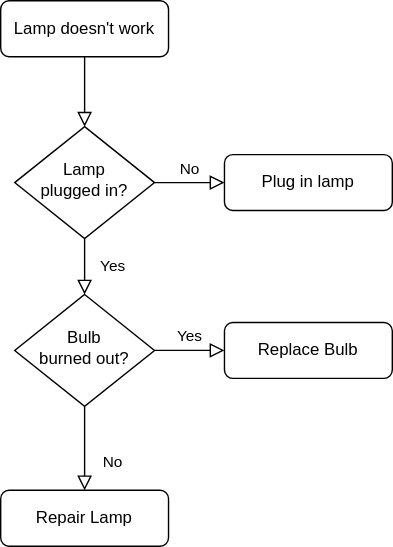
Before: Untitled Diagram.drawio.svg, a diagram exported from draw.io (Beattle/app). Source tidied: cells renumbered, new cells last; positions are measured from the earlier drawing's top-left corner, leaving out a move shared by most shapes.
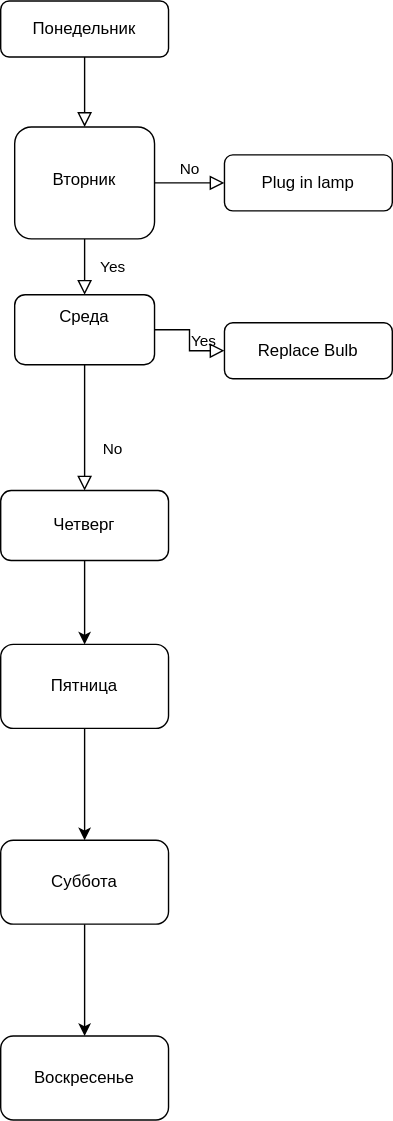
The same diagram one commit later.

Diff of the diagram source:
```diff
@@ -5,7 +5,7 @@
     <mxCell id="2" style="rounded=0;html=1;jettySize=auto;fontSize=11;endArrow=block;endFill=0;endSize=8;strokeWidth=1;shadow=0;labelBackgroundColor=none;edgeStyle=orthogonalEdgeStyle;" parent="1" edge="1" source="3" target="6">
       <mxGeometry relative="1" as="geometry" />
     </mxCell>
-    <mxCell id="3" value="Lamp doesn't work" style="rounded=1;whiteSpace=wrap;html=1;fontSize=12;glass=0;strokeWidth=1;shadow=0;" parent="1" vertex="1">
+    <mxCell id="3" value="Понедельник" style="rounded=1;whiteSpace=wrap;html=1;fontSize=12;glass=0;strokeWidth=1;shadow=0;" parent="1" vertex="1">
       <mxGeometry width="120" height="40" as="geometry" />
     </mxCell>
     <mxCell id="4" value="Yes" style="rounded=0;html=1;jettySize=auto;fontSize=11;endArrow=block;endFill=0;endSize=8;strokeWidth=1;shadow=0;labelBackgroundColor=none;edgeStyle=orthogonalEdgeStyle;" parent="1" edge="1" source="6" target="10">
@@ -14,7 +14,7 @@
     <mxCell id="5" value="No" style="edgeStyle=orthogonalEdgeStyle;rounded=0;html=1;jettySize=auto;fontSize=11;endArrow=block;endFill=0;endSize=8;strokeWidth=1;shadow=0;labelBackgroundColor=none;" parent="1" edge="1" source="6" target="7">
       <mxGeometry y="10" relative="1" as="geometry" />
     </mxCell>
-    <mxCell id="6" value="Lamp&lt;br&gt;plugged in?" style="rhombus;whiteSpace=wrap;html=1;shadow=0;fontFamily=Helvetica;fontSize=12;align=center;strokeWidth=1;spacing=6;spacingTop=-4;" parent="1" vertex="1">
+    <mxCell id="6" value="Вторник" style="rounded=1;whiteSpace=wrap;html=1;shadow=0;fontFamily=Helvetica;fontSize=12;align=center;strokeWidth=1;spacing=6;spacingTop=-4;" parent="1" vertex="1">
       <mxGeometry x="10" y="90" width="100" height="80" as="geometry" />
     </mxCell>
     <mxCell id="7" value="Plug in lamp" style="rounded=1;whiteSpace=wrap;html=1;fontSize=12;glass=0;strokeWidth=1;shadow=0;" parent="1" vertex="1">
@@ -26,14 +26,32 @@
     <mxCell id="9" value="Yes" style="edgeStyle=orthogonalEdgeStyle;rounded=0;html=1;jettySize=auto;fontSize=11;endArrow=block;endFill=0;endSize=8;strokeWidth=1;shadow=0;labelBackgroundColor=none;" parent="1" edge="1" source="10" target="12">
       <mxGeometry y="10" relative="1" as="geometry" />
     </mxCell>
-    <mxCell id="10" value="Bulb&lt;br&gt;burned out?" style="rhombus;whiteSpace=wrap;html=1;shadow=0;fontFamily=Helvetica;fontSize=12;align=center;strokeWidth=1;spacing=6;spacingTop=-4;" parent="1" vertex="1">
-      <mxGeometry x="10" y="210" width="100" height="80" as="geometry" />
+    <mxCell id="10" value="&lt;div&gt;Среда&lt;/div&gt;&lt;div&gt;&lt;br&gt;&lt;/div&gt;" style="rounded=1;whiteSpace=wrap;html=1;shadow=0;fontFamily=Helvetica;fontSize=12;align=center;strokeWidth=1;spacing=6;spacingTop=-4;" parent="1" vertex="1">
+      <mxGeometry x="10" y="210" width="100" height="50" as="geometry" />
     </mxCell>
+    <mxCell id="13" style="edgeStyle=orthogonalEdgeStyle;rounded=0;jettySize=auto;html=1;" parent="1" edge="1" source="11" target="15">
+      <mxGeometry relative="1" as="geometry" />
+    </mxCell>
-    <mxCell id="11" value="Repair Lamp" style="rounded=1;whiteSpace=wrap;html=1;fontSize=12;glass=0;strokeWidth=1;shadow=0;" parent="1" vertex="1">
-      <mxGeometry y="350" width="120" height="40" as="geometry" />
+    <mxCell id="11" value="Четверг" style="rounded=1;whiteSpace=wrap;html=1;fontSize=12;glass=0;strokeWidth=1;shadow=0;" parent="1" vertex="1">
+      <mxGeometry y="350" width="120" height="50" as="geometry" />
     </mxCell>
     <mxCell id="12" value="Replace Bulb" style="rounded=1;whiteSpace=wrap;html=1;fontSize=12;glass=0;strokeWidth=1;shadow=0;" parent="1" vertex="1">
       <mxGeometry x="160" y="230" width="120" height="40" as="geometry" />
     </mxCell>
+    <mxCell id="14" style="edgeStyle=orthogonalEdgeStyle;rounded=0;jettySize=auto;html=1;" parent="1" edge="1" source="15" target="17">
+      <mxGeometry relative="1" as="geometry" />
+    </mxCell>
+    <mxCell id="15" value="Пятница" style="whiteSpace=wrap;html=1;rounded=1;glass=0;strokeWidth=1;shadow=0;" parent="1" vertex="1">
+      <mxGeometry y="460" width="120" height="60" as="geometry" />
+    </mxCell>
+    <mxCell id="16" style="edgeStyle=orthogonalEdgeStyle;rounded=0;jettySize=auto;html=1;" parent="1" edge="1" source="17" target="18">
+      <mxGeometry relative="1" as="geometry" />
+    </mxCell>
+    <mxCell id="17" value="Суббота" style="whiteSpace=wrap;html=1;rounded=1;glass=0;strokeWidth=1;shadow=0;" parent="1" vertex="1">
+      <mxGeometry y="600" width="120" height="60" as="geometry" />
+    </mxCell>
+    <mxCell id="18" value="Воскресенье" style="whiteSpace=wrap;html=1;rounded=1;glass=0;strokeWidth=1;shadow=0;" parent="1" vertex="1">
+      <mxGeometry y="740" width="120" height="60" as="geometry" />
+    </mxCell>
   </root>
 </mxGraphModel>
```
